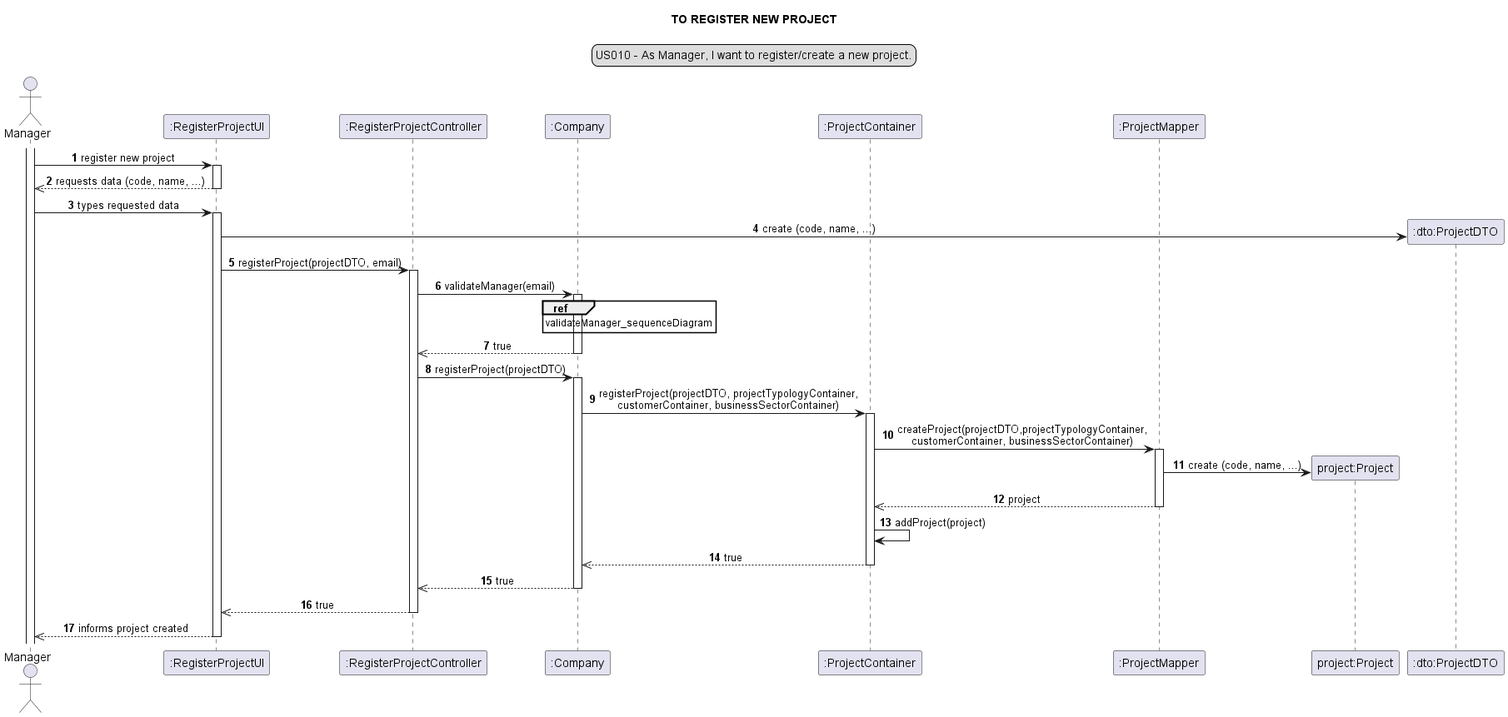
This is docs/modelling_design/user_stories/sprint02/us010/US010_sequenceDiagram-TO_REGISTER_NEW_PROJECT.png from Loracline/project_switch_22-23, a PlantUML export, as it was before one commit.
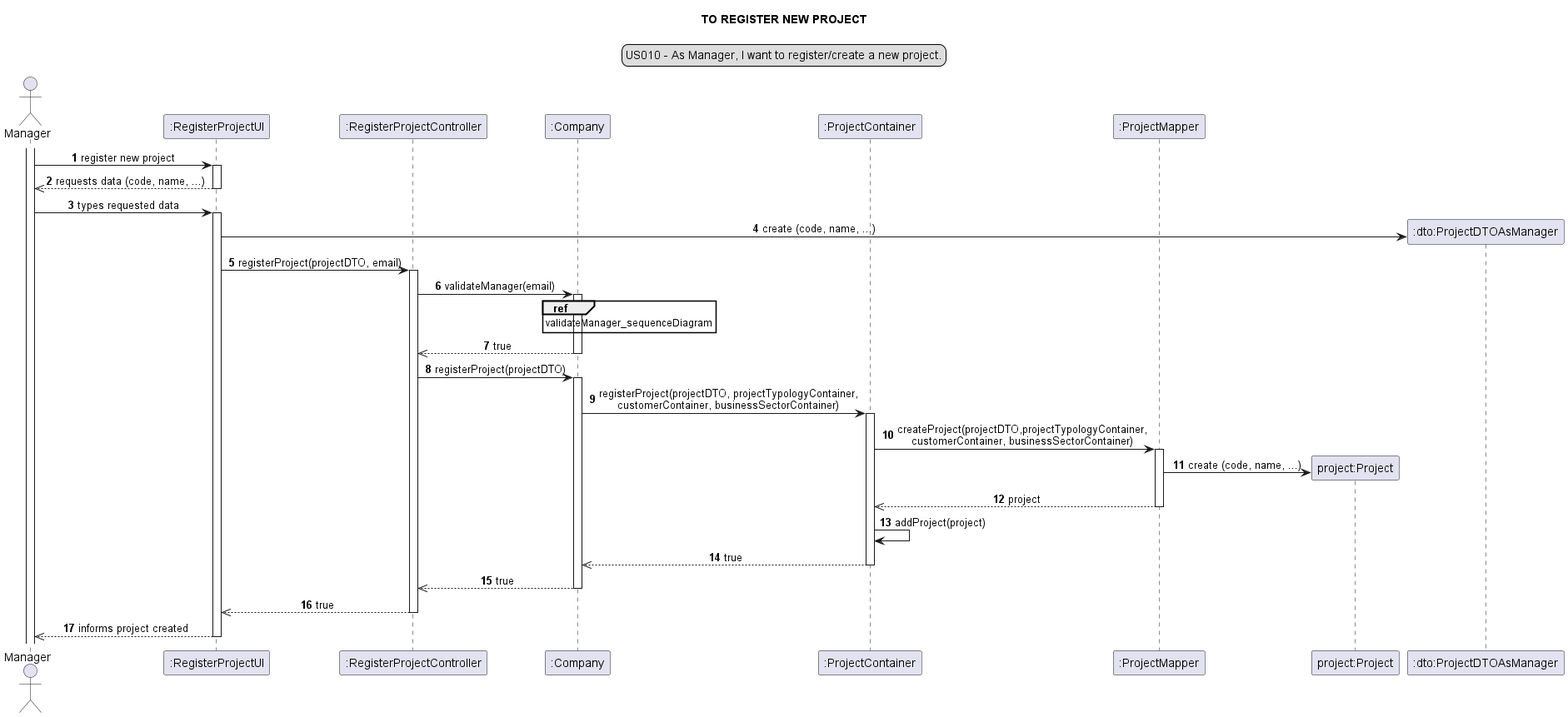
Later version of the same file.

What changed in the source:
```diff
@@ -14,7 +14,7 @@
 participant ":ProjectContainer" as PC
 participant ":ProjectMapper" as mapper
 participant "project:Project" as project
-participant ":dto:ProjectDTO" as dto
+participant ":dto:ProjectDTOAsManager" as dto
 
 activate mg
 mg ->ui : register new project
```
